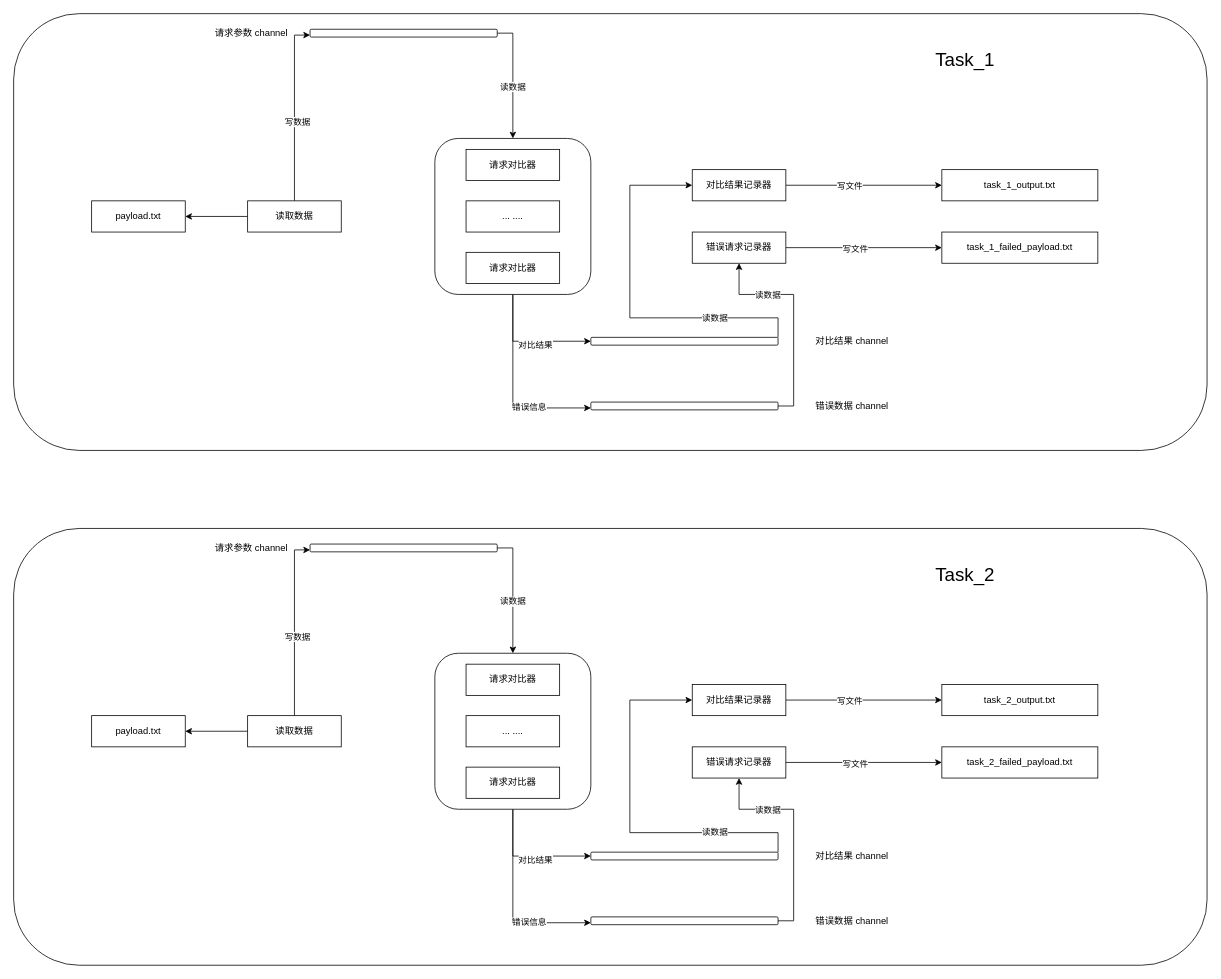
Before: tools/http-diff.drawio in LanSeTianYe/draw, a draw.io diagram. Source tidied: cells renumbered, new cells numbered last; positions are measured from the earlier drawing's top-left corner, leaving out a move shared by most shapes. Both pictures are drawn from the tidied source at 78%, with x=0, y=0 at pixel (13, 13).
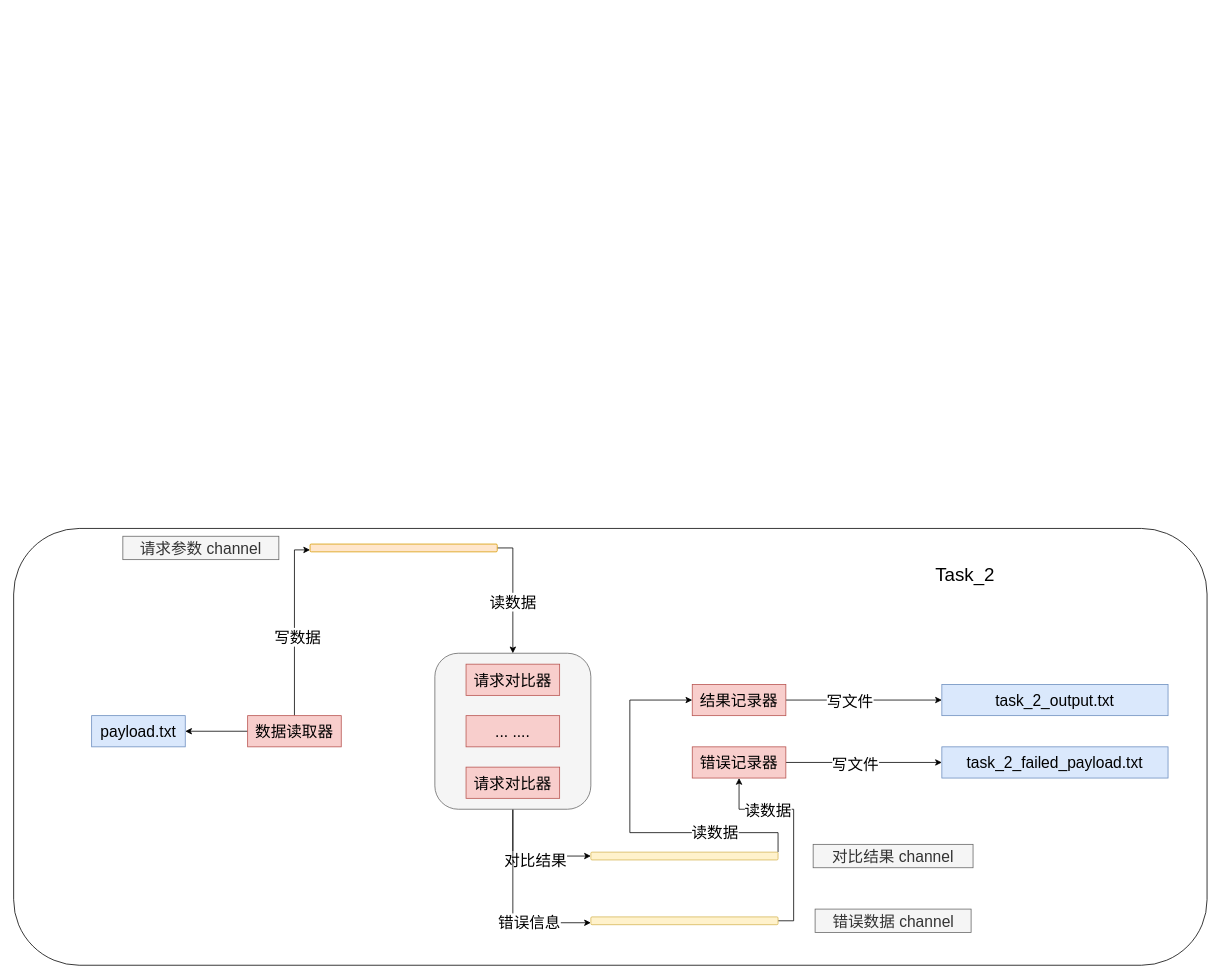
The same page after the edit.

Unchanged cells that the change refers to:
```xml
<mxCell id="38" style="edgeStyle=orthogonalEdgeStyle;rounded=0;jettySize=auto;html=1;exitX=0.5;exitY=1;exitDx=0;exitDy=0;entryX=0;entryY=0.5;entryDx=0;entryDy=0;" parent="1" edge="1" source="42" target="65">
  <mxGeometry relative="1" as="geometry" />
</mxCell>
<mxCell id="40" style="edgeStyle=orthogonalEdgeStyle;rounded=0;jettySize=auto;html=1;exitX=0.5;exitY=1;exitDx=0;exitDy=0;entryX=0;entryY=0.75;entryDx=0;entryDy=0;" parent="1" edge="1" source="42" target="69">
  <mxGeometry relative="1" as="geometry" />
</mxCell>
<mxCell id="49" style="edgeStyle=orthogonalEdgeStyle;rounded=0;jettySize=auto;html=1;exitX=0.5;exitY=0;exitDx=0;exitDy=0;entryX=0;entryY=0.75;entryDx=0;entryDy=0;" parent="1" edge="1" source="51" target="60">
  <mxGeometry relative="1" as="geometry" />
</mxCell>
<mxCell id="52" style="edgeStyle=orthogonalEdgeStyle;rounded=0;jettySize=auto;html=1;exitX=1;exitY=0.5;exitDx=0;exitDy=0;entryX=0;entryY=0.5;entryDx=0;entryDy=0;" parent="1" edge="1" source="54" target="45">
  <mxGeometry relative="1" as="geometry" />
</mxCell>
<mxCell id="55" style="edgeStyle=orthogonalEdgeStyle;rounded=0;jettySize=auto;html=1;exitX=1;exitY=0.5;exitDx=0;exitDy=0;" parent="1" edge="1" source="57" target="46">
  <mxGeometry relative="1" as="geometry" />
</mxCell>
<mxCell id="58" style="edgeStyle=orthogonalEdgeStyle;rounded=0;jettySize=auto;html=1;exitX=1;exitY=0.5;exitDx=0;exitDy=0;" parent="1" edge="1" source="60" target="42">
  <mxGeometry relative="1" as="geometry" />
</mxCell>
<mxCell id="63" style="edgeStyle=orthogonalEdgeStyle;rounded=0;jettySize=auto;html=1;exitX=1;exitY=0;exitDx=0;exitDy=0;entryX=0;entryY=0.5;entryDx=0;entryDy=0;" parent="1" edge="1" source="65" target="54">
  <mxGeometry relative="1" as="geometry">
    <Array as="points">
      <mxPoint x="980" y="1050" />
      <mxPoint x="790" y="1050" />
      <mxPoint x="790" y="880" />
    </Array>
  </mxGeometry>
</mxCell>
<mxCell id="67" style="edgeStyle=orthogonalEdgeStyle;rounded=0;jettySize=auto;html=1;exitX=1;exitY=0.5;exitDx=0;exitDy=0;entryX=0.5;entryY=1;entryDx=0;entryDy=0;" parent="1" edge="1" source="69" target="57">
  <mxGeometry relative="1" as="geometry">
    <Array as="points">
      <mxPoint x="1000" y="1163" />
      <mxPoint x="1000" y="1020" />
      <mxPoint x="930" y="1020" />
    </Array>
  </mxGeometry>
</mxCell>
```

Change to the diagram source:
```diff
@@
-    <mxCell id="2" style="rounded=1;whiteSpace=wrap;html=1;" parent="1" vertex="1">
-      <mxGeometry width="1530" height="560" as="geometry" />
-    </mxCell>
-    <mxCell id="3" style="edgeStyle=orthogonalEdgeStyle;rounded=0;jettySize=auto;html=1;exitX=0.5;exitY=1;exitDx=0;exitDy=0;entryX=0;entryY=0.5;entryDx=0;entryDy=0;" parent="1" edge="1" source="7" target="30">
-      <mxGeometry relative="1" as="geometry" />
-    </mxCell>
-    <mxCell id="4" value="对比结果" style="edgeLabel;html=1;align=center;verticalAlign=middle;" parent="3" vertex="1">
-      <mxGeometry x="0.1" y="-4" relative="1" as="geometry" />
-    </mxCell>
-    <mxCell id="5" style="edgeStyle=orthogonalEdgeStyle;rounded=0;jettySize=auto;html=1;exitX=0.5;exitY=1;exitDx=0;exitDy=0;entryX=0;entryY=0.75;entryDx=0;entryDy=0;" parent="1" edge="1" source="7" target="34">
-      <mxGeometry relative="1" as="geometry" />
-    </mxCell>
-    <mxCell id="6" value="错误信息" style="edgeLabel;html=1;align=center;verticalAlign=middle;" parent="5" vertex="1">
-      <mxGeometry x="0.35" y="2" relative="1" as="geometry">
-        <mxPoint y="1" as="offset" />
-      </mxGeometry>
-    </mxCell>
-    <mxCell id="7" style="rounded=1;whiteSpace=wrap;html=1;" parent="1" vertex="1">
-      <mxGeometry x="540" y="160" width="200" height="200" as="geometry" />
-    </mxCell>
-    <mxCell id="8" value="payload.txt" style="rounded=0;whiteSpace=wrap;html=1;" parent="1" vertex="1">
-      <mxGeometry x="100" y="240" width="120" height="40" as="geometry" />
-    </mxCell>
-    <mxCell id="9" value="请求对比器" style="rounded=0;whiteSpace=wrap;html=1;" parent="1" vertex="1">
-      <mxGeometry x="580" y="174" width="120" height="40" as="geometry" />
-    </mxCell>
-    <mxCell id="10" value="task_1_output.txt" style="rounded=0;whiteSpace=wrap;html=1;" parent="1" vertex="1">
-      <mxGeometry x="1190" y="200" width="200" height="40" as="geometry" />
-    </mxCell>
-    <mxCell id="11" value="task_1_failed_payload.txt" style="rounded=0;whiteSpace=wrap;html=1;" parent="1" vertex="1">
-      <mxGeometry x="1190" y="280" width="200" height="40" as="geometry" />
-    </mxCell>
-    <mxCell id="12" value="请求对比器" style="rounded=0;whiteSpace=wrap;html=1;" parent="1" vertex="1">
-      <mxGeometry x="580" y="306" width="120" height="40" as="geometry" />
-    </mxCell>
-    <mxCell id="13" style="edgeStyle=orthogonalEdgeStyle;rounded=0;jettySize=auto;html=1;exitX=0;exitY=0.5;exitDx=0;exitDy=0;" parent="1" edge="1" source="16" target="8">
-      <mxGeometry relative="1" as="geometry" />
-    </mxCell>
-    <mxCell id="14" style="edgeStyle=orthogonalEdgeStyle;rounded=0;jettySize=auto;html=1;exitX=0.5;exitY=0;exitDx=0;exitDy=0;entryX=0;entryY=0.75;entryDx=0;entryDy=0;" parent="1" edge="1" source="16" target="25">
-      <mxGeometry relative="1" as="geometry" />
-    </mxCell>
-    <mxCell id="15" value="写数据" style="edgeLabel;html=1;align=center;verticalAlign=middle;" parent="14" vertex="1">
-      <mxGeometry x="-0.12" y="-3" relative="1" as="geometry" />
-    </mxCell>
-    <mxCell id="16" value="读取数据" style="rounded=0;whiteSpace=wrap;html=1;" parent="1" vertex="1">
-      <mxGeometry x="300" y="240" width="120" height="40" as="geometry" />
-    </mxCell>
-    <mxCell id="17" style="edgeStyle=orthogonalEdgeStyle;rounded=0;jettySize=auto;html=1;exitX=1;exitY=0.5;exitDx=0;exitDy=0;entryX=0;entryY=0.5;entryDx=0;entryDy=0;" parent="1" edge="1" source="19" target="10">
-      <mxGeometry relative="1" as="geometry" />
-    </mxCell>
-    <mxCell id="18" value="写文件" style="edgeLabel;html=1;align=center;verticalAlign=middle;" parent="17" vertex="1">
-      <mxGeometry x="-0.19" relative="1" as="geometry" />
-    </mxCell>
-    <mxCell id="19" value="对比结果记录器" style="rounded=0;whiteSpace=wrap;html=1;" parent="1" vertex="1">
-      <mxGeometry x="870" y="200" width="120" height="40" as="geometry" />
-    </mxCell>
-    <mxCell id="20" style="edgeStyle=orthogonalEdgeStyle;rounded=0;jettySize=auto;html=1;exitX=1;exitY=0.5;exitDx=0;exitDy=0;" parent="1" edge="1" source="22" target="11">
-      <mxGeometry relative="1" as="geometry" />
-    </mxCell>
-    <mxCell id="21" value="写文件" style="edgeLabel;html=1;align=center;verticalAlign=middle;" parent="20" vertex="1">
-      <mxGeometry x="-0.12" y="-1" relative="1" as="geometry" />
-    </mxCell>
-    <mxCell id="22" value="错误请求记录器" style="rounded=0;whiteSpace=wrap;html=1;" parent="1" vertex="1">
-      <mxGeometry x="870" y="280" width="120" height="40" as="geometry" />
-    </mxCell>
-    <mxCell id="23" style="edgeStyle=orthogonalEdgeStyle;rounded=0;jettySize=auto;html=1;exitX=1;exitY=0.5;exitDx=0;exitDy=0;" parent="1" edge="1" source="25" target="7">
-      <mxGeometry relative="1" as="geometry" />
-    </mxCell>
-    <mxCell id="24" value="读数据" style="edgeLabel;html=1;align=center;verticalAlign=middle;" parent="23" vertex="1">
-      <mxGeometry x="0.14" y="-1" relative="1" as="geometry" />
-    </mxCell>
-    <mxCell id="25" style="rounded=1;whiteSpace=wrap;html=1;" parent="1" vertex="1">
-      <mxGeometry x="380" y="20" width="240" height="10" as="geometry" />
-    </mxCell>
-    <mxCell id="26" value="请求参数 channel" style="text;html=1;align=center;verticalAlign=middle;whiteSpace=wrap;rounded=0;" parent="1" vertex="1">
-      <mxGeometry x="250" y="10" width="110" height="30" as="geometry" />
-    </mxCell>
-    <mxCell id="27" value="... ...." style="rounded=0;whiteSpace=wrap;html=1;" parent="1" vertex="1">
-      <mxGeometry x="580" y="240" width="120" height="40" as="geometry" />
-    </mxCell>
-    <mxCell id="28" style="edgeStyle=orthogonalEdgeStyle;rounded=0;jettySize=auto;html=1;exitX=1;exitY=0;exitDx=0;exitDy=0;entryX=0;entryY=0.5;entryDx=0;entryDy=0;" parent="1" edge="1" source="30" target="19">
-      <mxGeometry relative="1" as="geometry">
-        <Array as="points">
-          <mxPoint x="980" y="390" />
-          <mxPoint x="790" y="390" />
-          <mxPoint x="790" y="220" />
-        </Array>
-      </mxGeometry>
-    </mxCell>
-    <mxCell id="29" value="读数据" style="edgeLabel;html=1;align=center;verticalAlign=middle;" parent="28" vertex="1">
-      <mxGeometry x="-0.54" y="-1" relative="1" as="geometry" />
-    </mxCell>
-    <mxCell id="30" style="rounded=1;whiteSpace=wrap;html=1;" parent="1" vertex="1">
-      <mxGeometry x="740" y="415" width="240" height="10" as="geometry" />
-    </mxCell>
-    <mxCell id="31" value="对比结果 channel" style="text;html=1;align=center;verticalAlign=middle;whiteSpace=wrap;rounded=0;" parent="1" vertex="1">
-      <mxGeometry x="1020" y="405" width="110" height="30" as="geometry" />
-    </mxCell>
-    <mxCell id="32" style="edgeStyle=orthogonalEdgeStyle;rounded=0;jettySize=auto;html=1;exitX=1;exitY=0.5;exitDx=0;exitDy=0;entryX=0.5;entryY=1;entryDx=0;entryDy=0;" parent="1" edge="1" source="34" target="22">
-      <mxGeometry relative="1" as="geometry">
-        <Array as="points">
-          <mxPoint x="1000" y="503" />
-          <mxPoint x="1000" y="360" />
-          <mxPoint x="930" y="360" />
-        </Array>
-      </mxGeometry>
-    </mxCell>
-    <mxCell id="33" value="读数据" style="edgeLabel;html=1;align=center;verticalAlign=middle;" parent="32" vertex="1">
-      <mxGeometry x="0.44" relative="1" as="geometry" />
-    </mxCell>
-    <mxCell id="34" style="rounded=1;whiteSpace=wrap;html=1;" parent="1" vertex="1">
-      <mxGeometry x="740" y="498" width="240" height="10" as="geometry" />
-    </mxCell>
-    <mxCell id="35" value="错误数据 channel" style="text;html=1;align=center;verticalAlign=middle;whiteSpace=wrap;rounded=0;" parent="1" vertex="1">
-      <mxGeometry x="1020" y="488" width="110" height="30" as="geometry" />
-    </mxCell>
-    <mxCell id="36" value="&lt;font style=&quot;font-size: 24px;&quot;&gt;Task_1&lt;/font&gt;" style="text;html=1;align=center;verticalAlign=middle;whiteSpace=wrap;rounded=0;" parent="1" vertex="1">
-      <mxGeometry x="1070" y="20" width="300" height="80" as="geometry" />
-    </mxCell>
@@
-    <mxCell id="39" value="对比结果" style="edgeLabel;html=1;align=center;verticalAlign=middle;" parent="38" vertex="1">
+    <mxCell id="39" value="对比结果" style="edgeLabel;html=1;align=center;verticalAlign=middle;fontSize=20;" parent="38" vertex="1">
       <mxGeometry x="0.1" y="-4" relative="1" as="geometry" />
     </mxCell>
@@
-    <mxCell id="41" value="错误信息" style="edgeLabel;html=1;align=center;verticalAlign=middle;" parent="40" vertex="1">
+    <mxCell id="41" value="错误信息" style="edgeLabel;html=1;align=center;verticalAlign=middle;fontSize=20;" parent="40" vertex="1">
       <mxGeometry x="0.35" y="2" relative="1" as="geometry">
         <mxPoint y="1" as="offset" />
       </mxGeometry>
     </mxCell>
-    <mxCell id="42" style="rounded=1;whiteSpace=wrap;html=1;" parent="1" vertex="1">
+    <mxCell id="42" style="rounded=1;whiteSpace=wrap;html=1;fillColor=#f5f5f5;fontColor=#333333;strokeColor=#666666;" parent="1" vertex="1">
       <mxGeometry x="540" y="820" width="200" height="200" as="geometry" />
     </mxCell>
-    <mxCell id="43" value="payload.txt" style="rounded=0;whiteSpace=wrap;html=1;" parent="1" vertex="1">
+    <mxCell id="43" value="payload.txt" style="rounded=0;whiteSpace=wrap;html=1;fillColor=#dae8fc;strokeColor=#6c8ebf;fontSize=20;" parent="1" vertex="1">
       <mxGeometry x="100" y="900" width="120" height="40" as="geometry" />
     </mxCell>
-    <mxCell id="44" value="请求对比器" style="rounded=0;whiteSpace=wrap;html=1;" parent="1" vertex="1">
+    <mxCell id="44" value="请求对比器" style="rounded=0;whiteSpace=wrap;html=1;fontSize=20;fillColor=#f8cecc;strokeColor=#b85450;" parent="1" vertex="1">
       <mxGeometry x="580" y="834" width="120" height="40" as="geometry" />
     </mxCell>
-    <mxCell id="45" value="task_2_output.txt" style="rounded=0;whiteSpace=wrap;html=1;" parent="1" vertex="1">
-      <mxGeometry x="1190" y="860" width="200" height="40" as="geometry" />
+    <mxCell id="45" value="task_2_output.txt" style="rounded=0;whiteSpace=wrap;html=1;fontSize=20;fillColor=#dae8fc;strokeColor=#6c8ebf;" parent="1" vertex="1">
+      <mxGeometry x="1190" y="860" width="290" height="40" as="geometry" />
     </mxCell>
-    <mxCell id="46" value="task_2_failed_payload.txt" style="rounded=0;whiteSpace=wrap;html=1;" parent="1" vertex="1">
-      <mxGeometry x="1190" y="940" width="200" height="40" as="geometry" />
+    <mxCell id="46" value="task_2_failed_payload.txt" style="rounded=0;whiteSpace=wrap;html=1;fontSize=20;fillColor=#dae8fc;strokeColor=#6c8ebf;" parent="1" vertex="1">
+      <mxGeometry x="1190" y="940" width="290" height="40" as="geometry" />
     </mxCell>
-    <mxCell id="47" value="请求对比器" style="rounded=0;whiteSpace=wrap;html=1;" parent="1" vertex="1">
+    <mxCell id="47" value="请求对比器" style="rounded=0;whiteSpace=wrap;html=1;fontSize=20;fillColor=#f8cecc;strokeColor=#b85450;" parent="1" vertex="1">
       <mxGeometry x="580" y="966" width="120" height="40" as="geometry" />
     </mxCell>
@@
-    <mxCell id="50" value="写数据" style="edgeLabel;html=1;align=center;verticalAlign=middle;" parent="49" vertex="1">
+    <mxCell id="50" value="写数据" style="edgeLabel;html=1;align=center;verticalAlign=middle;fontSize=20;" parent="49" vertex="1">
       <mxGeometry x="-0.12" y="-3" relative="1" as="geometry" />
     </mxCell>
-    <mxCell id="51" value="读取数据" style="rounded=0;whiteSpace=wrap;html=1;" parent="1" vertex="1">
+    <mxCell id="51" value="数据读取器" style="rounded=0;whiteSpace=wrap;html=1;fillColor=#f8cecc;strokeColor=#b85450;fontSize=20;" parent="1" vertex="1">
       <mxGeometry x="300" y="900" width="120" height="40" as="geometry" />
     </mxCell>
@@
-    <mxCell id="53" value="写文件" style="edgeLabel;html=1;align=center;verticalAlign=middle;" parent="52" vertex="1">
+    <mxCell id="53" value="写文件" style="edgeLabel;html=1;align=center;verticalAlign=middle;fontSize=20;" parent="52" vertex="1">
       <mxGeometry x="-0.19" relative="1" as="geometry" />
     </mxCell>
-    <mxCell id="54" value="对比结果记录器" style="rounded=0;whiteSpace=wrap;html=1;" parent="1" vertex="1">
+    <mxCell id="54" value="结果记录器" style="rounded=0;whiteSpace=wrap;html=1;fontSize=20;fillColor=#f8cecc;strokeColor=#b85450;" parent="1" vertex="1">
       <mxGeometry x="870" y="860" width="120" height="40" as="geometry" />
     </mxCell>
@@
-    <mxCell id="56" value="写文件" style="edgeLabel;html=1;align=center;verticalAlign=middle;" parent="55" vertex="1">
+    <mxCell id="56" value="写文件" style="edgeLabel;html=1;align=center;verticalAlign=middle;fontSize=20;" parent="55" vertex="1">
       <mxGeometry x="-0.12" y="-1" relative="1" as="geometry" />
     </mxCell>
-    <mxCell id="57" value="错误请求记录器" style="rounded=0;whiteSpace=wrap;html=1;" parent="1" vertex="1">
+    <mxCell id="57" value="错误记录器" style="rounded=0;whiteSpace=wrap;html=1;fontSize=20;fillColor=#f8cecc;strokeColor=#b85450;" parent="1" vertex="1">
       <mxGeometry x="870" y="940" width="120" height="40" as="geometry" />
     </mxCell>
@@
-    <mxCell id="59" value="读数据" style="edgeLabel;html=1;align=center;verticalAlign=middle;" parent="58" vertex="1">
+    <mxCell id="59" value="读数据" style="edgeLabel;html=1;align=center;verticalAlign=middle;fontSize=20;" parent="58" vertex="1">
       <mxGeometry x="0.14" y="-1" relative="1" as="geometry" />
     </mxCell>
-    <mxCell id="60" style="rounded=1;whiteSpace=wrap;html=1;" parent="1" vertex="1">
+    <mxCell id="60" style="rounded=1;whiteSpace=wrap;html=1;fillColor=#ffe6cc;strokeColor=#d79b00;" parent="1" vertex="1">
       <mxGeometry x="380" y="680" width="240" height="10" as="geometry" />
     </mxCell>
-    <mxCell id="61" value="请求参数 channel" style="text;html=1;align=center;verticalAlign=middle;whiteSpace=wrap;rounded=0;" parent="1" vertex="1">
-      <mxGeometry x="250" y="670" width="110" height="30" as="geometry" />
+    <mxCell id="61" value="请求参数 channel" style="text;html=1;align=center;verticalAlign=middle;whiteSpace=wrap;rounded=0;fontSize=20;fillColor=#f5f5f5;strokeColor=#666666;fontColor=#333333;" parent="1" vertex="1">
+      <mxGeometry x="140" y="670" width="200" height="30" as="geometry" />
     </mxCell>
-    <mxCell id="62" value="... ...." style="rounded=0;whiteSpace=wrap;html=1;" parent="1" vertex="1">
+    <mxCell id="62" value="... ...." style="rounded=0;whiteSpace=wrap;html=1;fontSize=20;fillColor=#f8cecc;strokeColor=#b85450;" parent="1" vertex="1">
       <mxGeometry x="580" y="900" width="120" height="40" as="geometry" />
     </mxCell>
@@
-    <mxCell id="64" value="读数据" style="edgeLabel;html=1;align=center;verticalAlign=middle;" parent="63" vertex="1">
+    <mxCell id="64" value="读数据" style="edgeLabel;html=1;align=center;verticalAlign=middle;fontSize=20;" parent="63" vertex="1">
       <mxGeometry x="-0.54" y="-1" relative="1" as="geometry" />
     </mxCell>
-    <mxCell id="65" style="rounded=1;whiteSpace=wrap;html=1;" parent="1" vertex="1">
+    <mxCell id="65" style="rounded=1;whiteSpace=wrap;html=1;fillColor=#fff2cc;strokeColor=#d6b656;" parent="1" vertex="1">
       <mxGeometry x="740" y="1075" width="240" height="10" as="geometry" />
     </mxCell>
-    <mxCell id="66" value="对比结果 channel" style="text;html=1;align=center;verticalAlign=middle;whiteSpace=wrap;rounded=0;" parent="1" vertex="1">
-      <mxGeometry x="1020" y="1065" width="110" height="30" as="geometry" />
+    <mxCell id="66" value="对比结果 channel" style="text;html=1;align=center;verticalAlign=middle;whiteSpace=wrap;rounded=0;fontSize=20;fillColor=#f5f5f5;fontColor=#333333;strokeColor=#666666;" parent="1" vertex="1">
+      <mxGeometry x="1025" y="1065" width="205" height="30" as="geometry" />
     </mxCell>
@@
-    <mxCell id="68" value="读数据" style="edgeLabel;html=1;align=center;verticalAlign=middle;" parent="67" vertex="1">
+    <mxCell id="68" value="读数据" style="edgeLabel;html=1;align=center;verticalAlign=middle;fontSize=20;" parent="67" vertex="1">
       <mxGeometry x="0.44" relative="1" as="geometry" />
     </mxCell>
-    <mxCell id="69" style="rounded=1;whiteSpace=wrap;html=1;" parent="1" vertex="1">
+    <mxCell id="69" style="rounded=1;whiteSpace=wrap;html=1;fillColor=#fff2cc;strokeColor=#d6b656;" parent="1" vertex="1">
       <mxGeometry x="740" y="1158" width="240" height="10" as="geometry" />
     </mxCell>
-    <mxCell id="70" value="错误数据 channel" style="text;html=1;align=center;verticalAlign=middle;whiteSpace=wrap;rounded=0;" parent="1" vertex="1">
-      <mxGeometry x="1020" y="1148" width="110" height="30" as="geometry" />
+    <mxCell id="70" value="错误数据 channel" style="text;html=1;align=center;verticalAlign=middle;whiteSpace=wrap;rounded=0;fontSize=20;fillColor=#f5f5f5;fontColor=#333333;strokeColor=#666666;" parent="1" vertex="1">
+      <mxGeometry x="1027.5" y="1148" width="200" height="30" as="geometry" />
     </mxCell>
```
